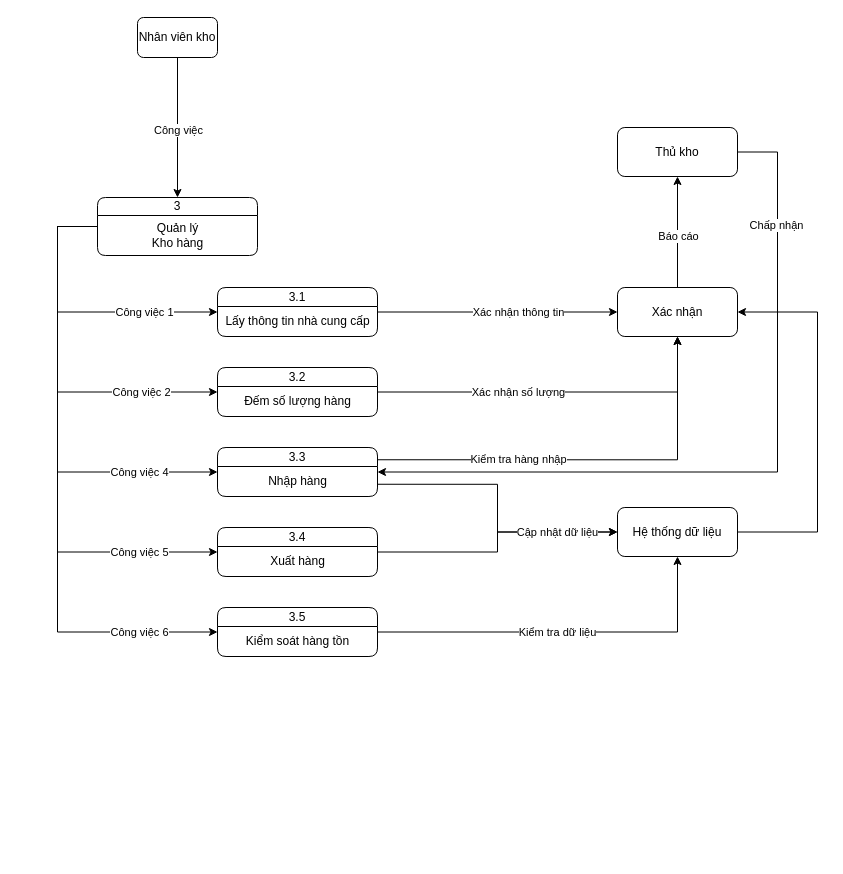
The draw.io diagram Untitled Diagram.drawio in An-Huy/BTL, before the edit. Source tidied: cells renumbered, new cells numbered last; positions are measured from the earlier drawing's top-left corner, leaving out a move shared by most shapes. Both pictures are drawn from the tidied source at 100%, with x=0, y=0 at pixel (47, 17).
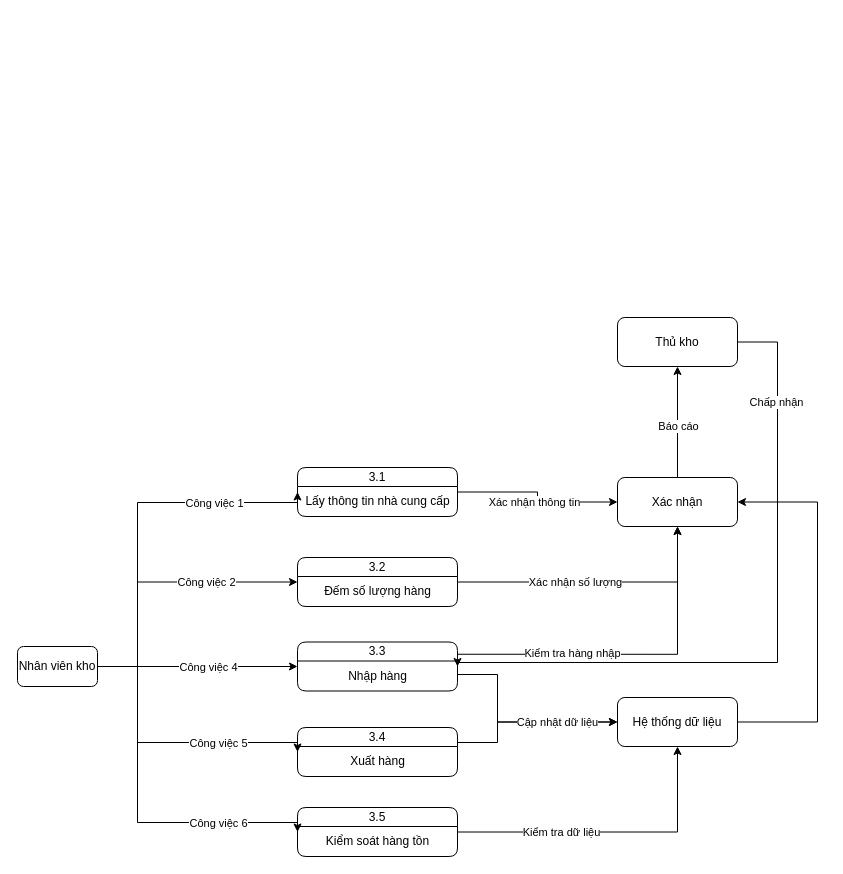
After the change.

The change refers to these unchanged cells:
```xml
<mxCell id="9" style="edgeStyle=elbowEdgeStyle;rounded=0;jettySize=auto;html=1;entryX=0;entryY=0.5;entryDx=0;entryDy=0;labelBorderColor=none;" parent="1" edge="1" source="11" target="43">
  <mxGeometry relative="1" as="geometry" />
</mxCell>
<mxCell id="27" style="edgeStyle=orthogonalEdgeStyle;rounded=0;jettySize=auto;html=1;entryX=0.5;entryY=1;entryDx=0;entryDy=0;labelBorderColor=none;" parent="1" edge="1" source="29" target="40">
  <mxGeometry relative="1" as="geometry" />
</mxCell>
```

Change to the diagram source:
```diff
@@
-    <mxCell id="2" style="edgeStyle=elbowEdgeStyle;rounded=0;jettySize=auto;html=1;entryX=0.5;entryY=0;entryDx=0;entryDy=0;labelBorderColor=none;" parent="1" edge="1" source="4" target="7">
-      <mxGeometry relative="1" as="geometry" />
-    </mxCell>
-    <mxCell id="3" value="Công việc" style="edgeLabel;html=1;align=center;verticalAlign=middle;" parent="2" vertex="1">
-      <mxGeometry x="-0.11" relative="1" as="geometry">
-        <mxPoint y="10" as="offset" />
-      </mxGeometry>
-    </mxCell>
     <mxCell id="4" value="Nhân viên kho" style="rounded=1;whiteSpace=wrap;html=1;fillStyle=hatch;" parent="1" vertex="1">
-      <mxGeometry x="90" width="80" height="40" as="geometry" />
+      <mxGeometry x="-30" y="629" width="80" height="40" as="geometry" />
     </mxCell>
-    <mxCell id="5" style="edgeStyle=elbowEdgeStyle;rounded=0;jettySize=auto;html=1;labelBorderColor=none;exitX=0;exitY=0.5;exitDx=0;exitDy=0;entryX=0;entryY=0.5;entryDx=0;entryDy=0;" parent="1" edge="1" source="7" target="11">
-      <mxGeometry relative="1" as="geometry">
-        <Array as="points">
-          <mxPoint x="10" y="355" />
-          <mxPoint x="21" y="270" />
-        </Array>
-      </mxGeometry>
-    </mxCell>
+    <mxCell id="47" style="rounded=0;jettySize=auto;html=1;labelBorderColor=none;entryX=0;entryY=0.5;entryDx=0;entryDy=0;exitX=1;exitY=0.5;exitDx=0;exitDy=0;edgeStyle=orthogonalEdgeStyle;" parent="1" edge="1" source="4" target="11">
+      <mxGeometry relative="1" as="geometry">
+        <Array as="points">
+          <mxPoint x="90" y="649" />
+          <mxPoint x="90" y="485" />
+        </Array>
+      </mxGeometry>
+    </mxCell>
-    <mxCell id="6" value="Công việc 1" style="edgeLabel;html=1;align=center;verticalAlign=middle;" parent="5" vertex="1">
+    <mxCell id="6" value="Công việc 1" style="edgeLabel;html=1;align=center;verticalAlign=middle;" parent="47" vertex="1">
       <mxGeometry x="0.14" y="3" relative="1" as="geometry">
-        <mxPoint x="49" y="3" as="offset" />
+        <mxPoint x="67" y="3" as="offset" />
       </mxGeometry>
     </mxCell>
-    <mxCell id="7" value="3" style="swimlane;fontStyle=0;horizontal=1;startSize=18;whiteSpace=wrap;html=1;rounded=1;fillStyle=hatch;" parent="1" vertex="1">
-      <mxGeometry x="50" y="180" width="160" height="58" as="geometry" />
-    </mxCell>
-    <mxCell id="8" value="&lt;div&gt;Quản lý &lt;br&gt;&lt;/div&gt;&lt;div&gt;Kho hàng&lt;/div&gt;" style="text;html=1;align=center;verticalAlign=middle;strokeColor=none;fillColor=none;" parent="7" vertex="1">
-      <mxGeometry y="18" width="160" height="40" as="geometry" />
-    </mxCell>
@@
     <mxCell id="10" value="Xác nhận thông tin" style="edgeLabel;html=1;align=center;verticalAlign=middle;" parent="9" vertex="1">
-      <mxGeometry x="0.17" relative="1" as="geometry" />
+      <mxGeometry x="0.17" relative="1" as="geometry">
+        <mxPoint x="-13" as="offset" />
+      </mxGeometry>
     </mxCell>
     <mxCell id="11" value="3.1" style="swimlane;fontStyle=0;horizontal=1;startSize=19;whiteSpace=wrap;html=1;rounded=1;fillStyle=hatch;" parent="1" vertex="1">
-      <mxGeometry x="170" y="270" width="160" height="49" as="geometry" />
+      <mxGeometry x="250" y="450" width="160" height="49" as="geometry" />
     </mxCell>
@@
     <mxCell id="16" value="3.2" style="swimlane;fontStyle=0;horizontal=1;startSize=19;whiteSpace=wrap;html=1;rounded=1;fillStyle=hatch;" parent="1" vertex="1">
-      <mxGeometry x="170" y="350" width="160" height="49" as="geometry" />
+      <mxGeometry x="250" y="540" width="160" height="49" as="geometry" />
     </mxCell>
@@
     <mxCell id="20" style="edgeStyle=orthogonalEdgeStyle;rounded=0;jettySize=auto;html=1;entryX=0;entryY=0.5;entryDx=0;entryDy=0;labelBorderColor=none;exitX=1;exitY=0.75;exitDx=0;exitDy=0;" parent="1" edge="1" source="21" target="40">
-      <mxGeometry relative="1" as="geometry" />
+      <mxGeometry relative="1" as="geometry">
+        <Array as="points">
+          <mxPoint x="450" y="657" />
+          <mxPoint x="450" y="705" />
+        </Array>
+      </mxGeometry>
     </mxCell>
     <mxCell id="21" value="3.3" style="swimlane;fontStyle=0;horizontal=1;startSize=19;whiteSpace=wrap;html=1;rounded=1;fillStyle=hatch;" parent="1" vertex="1">
-      <mxGeometry x="170" y="430" width="160" height="49" as="geometry" />
+      <mxGeometry x="250" y="624.5" width="160" height="49" as="geometry" />
     </mxCell>
@@
     <mxCell id="23" style="edgeStyle=orthogonalEdgeStyle;rounded=0;jettySize=auto;html=1;entryX=0;entryY=0.5;entryDx=0;entryDy=0;labelBorderColor=none;" parent="1" edge="1" source="25" target="40">
-      <mxGeometry relative="1" as="geometry" />
+      <mxGeometry relative="1" as="geometry">
+        <Array as="points">
+          <mxPoint x="450" y="725" />
+          <mxPoint x="450" y="705" />
+        </Array>
+      </mxGeometry>
     </mxCell>
     <mxCell id="24" value="Cập nhật dữ liệu" style="edgeLabel;html=1;align=center;verticalAlign=middle;" parent="23" vertex="1">
       <mxGeometry x="0.21" y="-3" relative="1" as="geometry">
-        <mxPoint x="42" y="-3" as="offset" />
+        <mxPoint x="11" y="-3" as="offset" />
       </mxGeometry>
     </mxCell>
     <mxCell id="25" value="3.4" style="swimlane;fontStyle=0;horizontal=1;startSize=19;whiteSpace=wrap;html=1;rounded=1;fillStyle=hatch;" parent="1" vertex="1">
-      <mxGeometry x="170" y="510" width="160" height="49" as="geometry" />
+      <mxGeometry x="250" y="710" width="160" height="49" as="geometry" />
     </mxCell>
@@
     <mxCell id="28" value="Kiểm tra dữ liệu" style="edgeLabel;html=1;align=center;verticalAlign=middle;" parent="27" vertex="1">
       <mxGeometry x="-0.44" y="-1" relative="1" as="geometry">
-        <mxPoint x="74" y="-1" as="offset" />
+        <mxPoint x="17" y="-1" as="offset" />
       </mxGeometry>
     </mxCell>
     <mxCell id="29" value="3.5" style="swimlane;fontStyle=0;horizontal=1;startSize=19;whiteSpace=wrap;html=1;rounded=1;fillStyle=hatch;" parent="1" vertex="1">
-      <mxGeometry x="170" y="590" width="160" height="49" as="geometry" />
+      <mxGeometry x="250" y="790" width="160" height="49" as="geometry" />
     </mxCell>
@@
-    <mxCell id="31" style="edgeStyle=elbowEdgeStyle;rounded=0;jettySize=auto;html=1;labelBorderColor=none;entryX=0;entryY=0.5;entryDx=0;entryDy=0;exitX=0;exitY=0.5;exitDx=0;exitDy=0;" parent="1" edge="1" source="7" target="16">
-      <mxGeometry relative="1" as="geometry">
-        <Array as="points">
-          <mxPoint x="10" y="370" />
-          <mxPoint y="330" />
-          <mxPoint x="21" y="320" />
-          <mxPoint x="261" y="270" />
-        </Array>
-      </mxGeometry>
-    </mxCell>
+    <mxCell id="48" style="rounded=0;jettySize=auto;html=1;labelBorderColor=none;entryX=0;entryY=0.5;entryDx=0;entryDy=0;exitX=1;exitY=0.5;exitDx=0;exitDy=0;edgeStyle=orthogonalEdgeStyle;" parent="1" edge="1" source="4" target="16">
+      <mxGeometry relative="1" as="geometry">
+        <Array as="points">
+          <mxPoint x="90" y="649" />
+          <mxPoint x="90" y="565" />
+        </Array>
+      </mxGeometry>
+    </mxCell>
-    <mxCell id="32" value="Công việc 2" style="edgeLabel;html=1;align=center;verticalAlign=middle;" parent="31" vertex="1">
+    <mxCell id="32" value="Công việc 2" style="edgeLabel;html=1;align=center;verticalAlign=middle;" parent="48" vertex="1">
       <mxGeometry x="0.59" y="-2" relative="1" as="geometry">
-        <mxPoint x="-2" y="-2" as="offset" />
+        <mxPoint x="-33" y="-2" as="offset" />
       </mxGeometry>
     </mxCell>
-    <mxCell id="33" style="edgeStyle=elbowEdgeStyle;rounded=0;jettySize=auto;html=1;labelBorderColor=none;entryX=0;entryY=0.5;entryDx=0;entryDy=0;exitX=0;exitY=0.5;exitDx=0;exitDy=0;" parent="1" edge="1" source="7" target="21">
-      <mxGeometry relative="1" as="geometry">
-        <Array as="points">
-          <mxPoint x="10" y="340" />
-          <mxPoint x="21" y="300" />
-          <mxPoint x="261" y="270" />
-        </Array>
-      </mxGeometry>
-    </mxCell>
+    <mxCell id="49" style="rounded=0;jettySize=auto;html=1;labelBorderColor=none;entryX=0;entryY=0.5;entryDx=0;entryDy=0;exitX=1;exitY=0.5;exitDx=0;exitDy=0;edgeStyle=orthogonalEdgeStyle;" parent="1" edge="1" source="4" target="21">
+      <mxGeometry relative="1" as="geometry" />
+    </mxCell>
-    <mxCell id="34" value="Công việc 4" style="edgeLabel;html=1;align=center;verticalAlign=middle;" parent="33" vertex="1">
+    <mxCell id="34" value="Công việc 4" style="edgeLabel;html=1;align=center;verticalAlign=middle;" parent="49" vertex="1">
       <mxGeometry x="0.67" y="-2" relative="1" as="geometry">
-        <mxPoint x="-5" y="-2" as="offset" />
+        <mxPoint x="-57" y="-2" as="offset" />
       </mxGeometry>
     </mxCell>
-    <mxCell id="35" style="edgeStyle=elbowEdgeStyle;rounded=0;jettySize=auto;html=1;entryX=0;entryY=0.5;entryDx=0;entryDy=0;labelBorderColor=none;exitX=0;exitY=0.5;exitDx=0;exitDy=0;" parent="1" edge="1" source="7" target="25">
-      <mxGeometry relative="1" as="geometry">
-        <Array as="points">
-          <mxPoint x="10" y="340" />
-          <mxPoint x="21" y="430" />
-          <mxPoint x="261" y="260" />
-        </Array>
-      </mxGeometry>
-    </mxCell>
+    <mxCell id="50" style="rounded=0;jettySize=auto;html=1;entryX=0;entryY=0.5;entryDx=0;entryDy=0;labelBorderColor=none;exitX=1;exitY=0.5;exitDx=0;exitDy=0;edgeStyle=orthogonalEdgeStyle;" parent="1" edge="1" source="4" target="25">
+      <mxGeometry relative="1" as="geometry">
+        <Array as="points">
+          <mxPoint x="90" y="649" />
+          <mxPoint x="90" y="725" />
+        </Array>
+      </mxGeometry>
+    </mxCell>
-    <mxCell id="36" value="Công việc 5" style="edgeLabel;html=1;align=center;verticalAlign=middle;" parent="35" vertex="1">
+    <mxCell id="36" value="Công việc 5" style="edgeLabel;html=1;align=center;verticalAlign=middle;" parent="50" vertex="1">
       <mxGeometry x="0.71" y="-2" relative="1" as="geometry">
-        <mxPoint x="-2" y="-2" as="offset" />
+        <mxPoint x="-48" y="-2" as="offset" />
       </mxGeometry>
     </mxCell>
-    <mxCell id="37" style="edgeStyle=elbowEdgeStyle;rounded=0;jettySize=auto;html=1;labelBorderColor=none;entryX=0;entryY=0.5;entryDx=0;entryDy=0;exitX=0;exitY=0.5;exitDx=0;exitDy=0;" parent="1" edge="1" source="7" target="29">
-      <mxGeometry relative="1" as="geometry">
-        <Array as="points">
-          <mxPoint x="10" y="270" />
-          <mxPoint x="21" y="320" />
-          <mxPoint x="261" y="270" />
-        </Array>
-      </mxGeometry>
-    </mxCell>
+    <mxCell id="51" style="rounded=0;jettySize=auto;html=1;labelBorderColor=none;entryX=0;entryY=0.5;entryDx=0;entryDy=0;exitX=1;exitY=0.5;exitDx=0;exitDy=0;edgeStyle=orthogonalEdgeStyle;" parent="1" edge="1" source="4" target="29">
+      <mxGeometry relative="1" as="geometry">
+        <Array as="points">
+          <mxPoint x="90" y="649" />
+          <mxPoint x="90" y="805" />
+        </Array>
+      </mxGeometry>
+    </mxCell>
-    <mxCell id="38" value="Công việc 6" style="edgeLabel;html=1;align=center;verticalAlign=middle;" parent="37" vertex="1">
+    <mxCell id="38" value="Công việc 6" style="edgeLabel;html=1;align=center;verticalAlign=middle;" parent="51" vertex="1">
       <mxGeometry x="0.79" y="-2" relative="1" as="geometry">
-        <mxPoint x="-15" y="-2" as="offset" />
+        <mxPoint x="-51" y="-2" as="offset" />
       </mxGeometry>
     </mxCell>
     <mxCell id="39" style="edgeStyle=orthogonalEdgeStyle;rounded=0;jettySize=auto;html=1;entryX=1;entryY=0.5;entryDx=0;entryDy=0;labelBorderColor=none;exitX=1;exitY=0.5;exitDx=0;exitDy=0;" parent="1" edge="1" source="40" target="43">
       <mxGeometry relative="1" as="geometry">
         <Array as="points">
-          <mxPoint x="770" y="515" />
-          <mxPoint x="770" y="295" />
+          <mxPoint x="770" y="705" />
+          <mxPoint x="770" y="485" />
         </Array>
       </mxGeometry>
     </mxCell>
     <mxCell id="40" value="Hệ thống dữ liệu" style="rounded=1;whiteSpace=wrap;html=1;fillStyle=hatch;" parent="1" vertex="1">
-      <mxGeometry x="570" y="490" width="120" height="49" as="geometry" />
+      <mxGeometry x="570" y="680" width="120" height="49" as="geometry" />
     </mxCell>
@@
     <mxCell id="43" value="Xác nhận" style="rounded=1;whiteSpace=wrap;html=1;fillStyle=hatch;" parent="1" vertex="1">
-      <mxGeometry x="570" y="270" width="120" height="49" as="geometry" />
+      <mxGeometry x="570" y="460" width="120" height="49" as="geometry" />
     </mxCell>
     <mxCell id="44" style="edgeStyle=orthogonalEdgeStyle;rounded=0;jettySize=auto;html=1;entryX=1;entryY=0.5;entryDx=0;entryDy=0;labelBorderColor=none;exitX=1;exitY=0.5;exitDx=0;exitDy=0;" parent="1" edge="1" source="46" target="21">
       <mxGeometry relative="1" as="geometry">
         <Array as="points">
-          <mxPoint x="730" y="135" />
-          <mxPoint x="730" y="455" />
+          <mxPoint x="730" y="325" />
+          <mxPoint x="730" y="645" />
         </Array>
       </mxGeometry>
     </mxCell>
@@
     <mxCell id="46" value="Thủ kho" style="rounded=1;whiteSpace=wrap;html=1;fillStyle=hatch;" parent="1" vertex="1">
-      <mxGeometry x="570" y="110" width="120" height="49" as="geometry" />
+      <mxGeometry x="570" y="300" width="120" height="49" as="geometry" />
     </mxCell>
```
